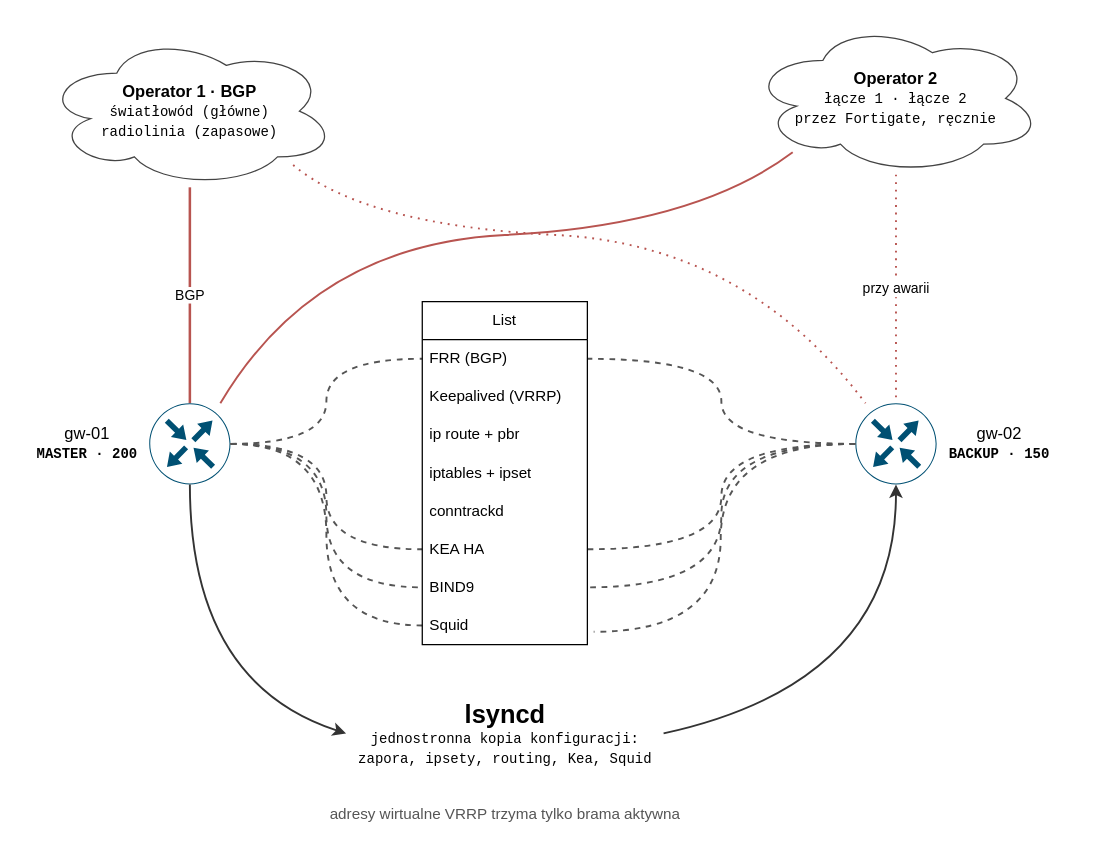
Earlier version of the draw.io diagram redundant-gateways.drawio (BO-RU-TA/mysnippets). Source tidied: cells renumbered, new cells numbered last; positions are measured from the earlier drawing's top-left corner, leaving out a move shared by most shapes. Both pictures are drawn from the tidied source at 127%, with x=0, y=0 at pixel (43, 22).
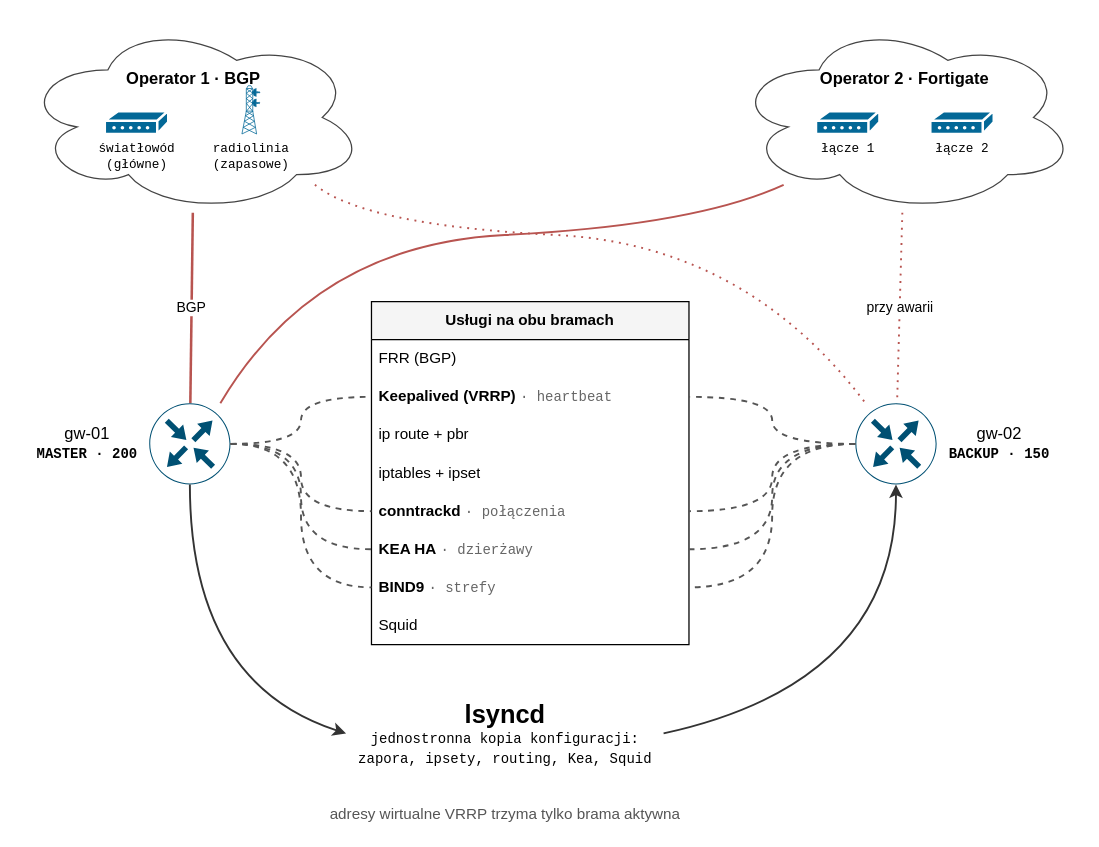
Above is the later version.

Commit message:
redundant-gateways.drawio: list title, sync links, link icons in operator clouds

The change refers to these unchanged cells:
```xml
<mxCell id="8" value="&lt;div align=&quot;center&quot;&gt;&lt;span style=&quot;font-weight: normal;&quot;&gt;gw-01&lt;/span&gt;&lt;br&gt;&lt;font face=&quot;Courier New&quot; style=&quot;font-size:11px&quot;&gt;MASTER · 200&lt;/font&gt;&lt;/div&gt;" style="sketch=0;html=1;shape=mxgraph.cisco19.router;fillColor=#005073;strokeColor=none;verticalLabelPosition=bottom;verticalAlign=top;align=center;fontSize=13;fontStyle=1;verticalLabelPosition=middle;labelPosition=left;align=right;verticalAlign=middle;spacingRight=8;" parent="1" vertex="1">
  <mxGeometry x="83" y="300" width="64" height="64" as="geometry" />
</mxCell>
<mxCell id="9" value="&lt;div align=&quot;center&quot;&gt;&lt;span style=&quot;font-weight: normal;&quot;&gt;gw-02&lt;/span&gt;&lt;br&gt;&lt;font face=&quot;Courier New&quot; style=&quot;font-size:11px&quot;&gt;BACKUP · 150&lt;/font&gt;&lt;/div&gt;" style="sketch=0;html=1;shape=mxgraph.cisco19.router;fillColor=#005073;strokeColor=none;verticalLabelPosition=bottom;verticalAlign=top;align=center;fontSize=13;fontStyle=1;verticalLabelPosition=middle;labelPosition=right;align=left;verticalAlign=middle;spacingLeft=8;" parent="1" vertex="1">
  <mxGeometry x="639" y="300" width="64" height="64" as="geometry" />
</mxCell>
```

Diff of the diagram source:
```diff
@@
-    <mxCell id="2" value="Operator 1 · BGP&lt;br&gt;&lt;font face=&quot;Courier New&quot; style=&quot;font-size:11px;font-weight:normal&quot;&gt;światłowód (główne)&lt;/font&gt;&lt;br&gt;&lt;font face=&quot;Courier New&quot; style=&quot;font-size:11px;font-weight:normal&quot;&gt;radiolinia (zapasowe)&lt;/font&gt;" style="ellipse;shape=cloud;whiteSpace=wrap;html=1;fillColor=#ffffff;strokeColor=#444444;fontStyle=1;fontSize=13;" parent="1" vertex="1">
-      <mxGeometry y="10" width="230" height="120" as="geometry" />
+    <mxCell id="2" value="Operator 1 · BGP" style="ellipse;shape=cloud;whiteSpace=wrap;html=1;fillColor=#ffffff;strokeColor=#444444;fontStyle=1;fontSize=13;verticalAlign=top;spacingTop=30;" parent="1" vertex="1">
+      <mxGeometry x="-17" width="270" height="150" as="geometry" />
     </mxCell>
-    <mxCell id="3" value="Operator 2&lt;br&gt;&lt;font face=&quot;Courier New&quot; style=&quot;font-size:11px;font-weight:normal&quot;&gt;łącze 1 · łącze 2&lt;/font&gt;&lt;br&gt;&lt;font face=&quot;Courier New&quot; style=&quot;font-size:11px;font-weight:normal&quot;&gt;przez Fortigate, ręcznie&lt;/font&gt;" style="ellipse;shape=cloud;whiteSpace=wrap;html=1;fillColor=#ffffff;strokeColor=#444444;fontStyle=1;fontSize=13;" parent="1" vertex="1">
-      <mxGeometry x="556" width="230" height="120" as="geometry" />
+    <mxCell id="3" value="Operator 2 · Fortigate" style="ellipse;shape=cloud;whiteSpace=wrap;html=1;fillColor=#ffffff;strokeColor=#444444;fontStyle=1;fontSize=13;verticalAlign=top;spacingTop=30;" parent="1" vertex="1">
+      <mxGeometry x="543" width="270" height="150" as="geometry" />
     </mxCell>
@@
-    <mxCell id="10" style="endArrow=none;html=1;dashed=1;strokeColor=#555555;strokeWidth=1.5;curved=1;exitX=1;exitY=0.5;exitDx=0;exitDy=0;entryX=0;entryY=0.5;entryDx=0;entryDy=0;edgeStyle=orthogonalEdgeStyle;curveGeometry=1;" parent="1" edge="1" source="8" target="23">
-      <mxGeometry relative="1" as="geometry" />
-    </mxCell>
-    <mxCell id="11" style="endArrow=none;html=1;dashed=1;strokeColor=#555555;strokeWidth=1.5;curved=1;exitX=0;exitY=0.5;exitDx=0;exitDy=0;entryX=1;entryY=0.5;entryDx=0;entryDy=0;edgeStyle=orthogonalEdgeStyle;curveGeometry=1;" parent="1" edge="1" source="9" target="23">
-      <mxGeometry relative="1" as="geometry" />
-    </mxCell>
-    <mxCell id="12" style="endArrow=none;html=1;dashed=1;strokeColor=#555555;strokeWidth=1.5;curved=1;exitX=1;exitY=0.5;exitDx=0;exitDy=0;entryX=0;entryY=0.5;entryDx=0;entryDy=0;edgeStyle=orthogonalEdgeStyle;curveGeometry=1;" parent="1" edge="1" source="8" target="28">
-      <mxGeometry relative="1" as="geometry" />
-    </mxCell>
-    <mxCell id="13" style="endArrow=none;html=1;dashed=1;strokeColor=#555555;strokeWidth=1.5;curved=1;exitX=0;exitY=0.5;exitDx=0;exitDy=0;entryX=1;entryY=0.5;entryDx=0;entryDy=0;edgeStyle=orthogonalEdgeStyle;curveGeometry=1;" parent="1" edge="1" source="9" target="29">
-      <mxGeometry relative="1" as="geometry" />
-    </mxCell>
-    <mxCell id="14" style="endArrow=none;html=1;dashed=1;strokeColor=#555555;strokeWidth=1.5;curved=1;exitX=1;exitY=0.5;exitDx=0;exitDy=0;entryX=0;entryY=0.5;entryDx=0;entryDy=0;edgeStyle=orthogonalEdgeStyle;curveGeometry=1;" parent="1" edge="1" source="8" target="29">
-      <mxGeometry relative="1" as="geometry" />
-    </mxCell>
-    <mxCell id="15" style="endArrow=none;html=1;dashed=1;strokeColor=#555555;strokeWidth=1.5;curved=1;exitX=0;exitY=0.5;exitDx=0;exitDy=0;entryX=1;entryY=0.5;entryDx=0;entryDy=0;edgeStyle=orthogonalEdgeStyle;curveGeometry=1;" parent="1" edge="1" source="9" target="28">
-      <mxGeometry relative="1" as="geometry" />
-    </mxCell>
-    <mxCell id="16" style="endArrow=none;html=1;dashed=1;strokeColor=#555555;strokeWidth=1.5;curved=1;exitX=1;exitY=0.5;exitDx=0;exitDy=0;entryX=0;entryY=0.5;entryDx=0;entryDy=0;edgeStyle=orthogonalEdgeStyle;curveGeometry=1;" parent="1" edge="1" source="8" target="30">
-      <mxGeometry relative="1" as="geometry" />
-    </mxCell>
-    <mxCell id="17" style="endArrow=none;html=1;dashed=1;strokeColor=#555555;strokeWidth=1.5;curved=1;exitX=0;exitY=0.5;exitDx=0;exitDy=0;edgeStyle=orthogonalEdgeStyle;curveGeometry=1;" parent="1" edge="1" source="9">
-      <mxGeometry relative="1" as="geometry">
-        <mxPoint x="433" y="480" as="targetPoint" />
-        <Array as="points">
-          <mxPoint x="533" y="332" />
-          <mxPoint x="533" y="480" />
-        </Array>
-      </mxGeometry>
-    </mxCell>
@@
-    <mxCell id="22" value="List" style="swimlane;fontStyle=0;horizontal=1;startSize=30;whiteSpace=wrap;html=1;" parent="1" vertex="1">
-      <mxGeometry x="298" y="220" width="130" height="270" as="geometry" />
+    <mxCell id="22" value="Usługi na obu bramach" style="swimlane;fontStyle=1;fillColor=#f5f5f5;horizontal=1;startSize=30;whiteSpace=wrap;html=1;" parent="1" vertex="1">
+      <mxGeometry x="258" y="220" width="250" height="270" as="geometry" />
     </mxCell>
     <mxCell id="23" value="FRR (BGP)" style="text;strokeColor=none;fillColor=none;align=left;verticalAlign=middle;spacingLeft=4;spacingRight=4;overflow=hidden;points=[[0,0.5],[1,0.5]];portConstraint=eastwest;whiteSpace=wrap;html=1;" parent="22" vertex="1">
-      <mxGeometry y="30" width="130" height="30" as="geometry" />
+      <mxGeometry y="30" width="250" height="30" as="geometry" />
     </mxCell>
-    <mxCell id="24" value="Keepalived (VRRP)" style="text;strokeColor=none;fillColor=none;align=left;verticalAlign=middle;spacingLeft=4;spacingRight=4;overflow=hidden;points=[[0,0.5],[1,0.5]];portConstraint=eastwest;whiteSpace=wrap;html=1;" parent="22" vertex="1">
-      <mxGeometry y="60" width="130" height="30" as="geometry" />
+    <mxCell id="24" value="&lt;b&gt;Keepalived (VRRP)&lt;/b&gt; &lt;span style=&quot;font-weight:normal;font-family:Courier New;font-size:11px;color:#666&quot;&gt;· heartbeat&lt;/span&gt;" style="text;strokeColor=none;fillColor=none;align=left;verticalAlign=middle;spacingLeft=4;spacingRight=4;overflow=hidden;points=[[0,0.5],[1,0.5]];portConstraint=eastwest;whiteSpace=wrap;html=1;" parent="22" vertex="1">
+      <mxGeometry y="60" width="250" height="30" as="geometry" />
     </mxCell>
     <mxCell id="25" value="ip route + pbr" style="text;strokeColor=none;fillColor=none;align=left;verticalAlign=middle;spacingLeft=4;spacingRight=4;overflow=hidden;whiteSpace=wrap;html=1;" parent="22" vertex="1">
-      <mxGeometry y="90" width="130" height="30" as="geometry" />
+      <mxGeometry y="90" width="250" height="30" as="geometry" />
     </mxCell>
     <mxCell id="26" value="iptables + ipset" style="text;strokeColor=none;fillColor=none;align=left;verticalAlign=middle;spacingLeft=4;spacingRight=4;overflow=hidden;whiteSpace=wrap;html=1;" parent="22" vertex="1">
-      <mxGeometry y="120" width="130" height="30" as="geometry" />
+      <mxGeometry y="120" width="250" height="30" as="geometry" />
     </mxCell>
-    <mxCell id="27" value="conntrackd" style="text;strokeColor=none;fillColor=none;align=left;verticalAlign=middle;spacingLeft=4;spacingRight=4;overflow=hidden;points=[[0,0.5],[1,0.5]];portConstraint=eastwest;whiteSpace=wrap;html=1;" parent="22" vertex="1">
-      <mxGeometry y="150" width="130" height="30" as="geometry" />
+    <mxCell id="27" value="&lt;b&gt;conntrackd&lt;/b&gt; &lt;span style=&quot;font-weight:normal;font-family:Courier New;font-size:11px;color:#666&quot;&gt;· połączenia&lt;/span&gt;" style="text;strokeColor=none;fillColor=none;align=left;verticalAlign=middle;spacingLeft=4;spacingRight=4;overflow=hidden;points=[[0,0.5],[1,0.5]];portConstraint=eastwest;whiteSpace=wrap;html=1;" parent="22" vertex="1">
+      <mxGeometry y="150" width="250" height="30" as="geometry" />
     </mxCell>
-    <mxCell id="28" value="KEA HA" style="text;strokeColor=none;fillColor=none;align=left;verticalAlign=middle;spacingLeft=4;spacingRight=4;overflow=hidden;points=[[0,0.5],[1,0.5]];portConstraint=eastwest;whiteSpace=wrap;html=1;" parent="22" vertex="1">
-      <mxGeometry y="180" width="130" height="30" as="geometry" />
+    <mxCell id="28" value="&lt;b&gt;KEA HA&lt;/b&gt; &lt;span style=&quot;font-weight:normal;font-family:Courier New;font-size:11px;color:#666&quot;&gt;· dzierżawy&lt;/span&gt;" style="text;strokeColor=none;fillColor=none;align=left;verticalAlign=middle;spacingLeft=4;spacingRight=4;overflow=hidden;points=[[0,0.5],[1,0.5]];portConstraint=eastwest;whiteSpace=wrap;html=1;" parent="22" vertex="1">
+      <mxGeometry y="180" width="250" height="30" as="geometry" />
     </mxCell>
-    <mxCell id="29" value="BIND9" style="text;strokeColor=none;fillColor=none;align=left;verticalAlign=middle;spacingLeft=4;spacingRight=4;overflow=hidden;points=[[0,0.5],[1,0.5]];portConstraint=eastwest;whiteSpace=wrap;html=1;" parent="22" vertex="1">
-      <mxGeometry y="210" width="130" height="30" as="geometry" />
+    <mxCell id="29" value="&lt;b&gt;BIND9&lt;/b&gt; &lt;span style=&quot;font-weight:normal;font-family:Courier New;font-size:11px;color:#666&quot;&gt;· strefy&lt;/span&gt;" style="text;strokeColor=none;fillColor=none;align=left;verticalAlign=middle;spacingLeft=4;spacingRight=4;overflow=hidden;points=[[0,0.5],[1,0.5]];portConstraint=eastwest;whiteSpace=wrap;html=1;" parent="22" vertex="1">
+      <mxGeometry y="210" width="250" height="30" as="geometry" />
     </mxCell>
     <mxCell id="30" value="Squid" style="text;strokeColor=none;fillColor=none;align=left;verticalAlign=middle;spacingLeft=4;spacingRight=4;overflow=hidden;points=[[0,0.5],[1,0.5]];portConstraint=eastwest;whiteSpace=wrap;html=1;" parent="22" vertex="1">
-      <mxGeometry y="240" width="130" height="30" as="geometry" />
+      <mxGeometry y="240" width="250" height="30" as="geometry" />
     </mxCell>
+    <mxCell id="31" value="światłowód&lt;br&gt;(główne)" style="sketch=0;html=1;dashed=0;fillColor=#036897;strokeColor=#ffffff;strokeWidth=2;verticalLabelPosition=bottom;verticalAlign=top;align=center;shape=mxgraph.cisco.modems_and_phones.modem;fontSize=10;fontFamily=Courier New;" parent="1" vertex="1">
+      <mxGeometry x="48" y="70" width="50" height="18" as="geometry" />
+    </mxCell>
+    <mxCell id="32" value="radiolinia&lt;br&gt;(zapasowe)" style="sketch=0;html=1;dashed=0;fillColor=#036897;strokeWidth=2;verticalLabelPosition=bottom;verticalAlign=top;align=center;shape=mxgraph.cisco.wireless.radio_tower;strokeColor=#036897;fontSize=10;fontFamily=Courier New;" parent="1" vertex="1">
+      <mxGeometry x="156" y="50" width="14" height="38" as="geometry" />
+    </mxCell>
+    <mxCell id="33" value="łącze 1" style="sketch=0;html=1;dashed=0;fillColor=#036897;strokeColor=#ffffff;strokeWidth=2;verticalLabelPosition=bottom;verticalAlign=top;align=center;shape=mxgraph.cisco.modems_and_phones.modem;fontSize=10;fontFamily=Courier New;" parent="1" vertex="1">
+      <mxGeometry x="608" y="70" width="50" height="18" as="geometry" />
+    </mxCell>
+    <mxCell id="34" value="łącze 2" style="sketch=0;html=1;dashed=0;fillColor=#036897;strokeColor=#ffffff;strokeWidth=2;verticalLabelPosition=bottom;verticalAlign=top;align=center;shape=mxgraph.cisco.modems_and_phones.modem;fontSize=10;fontFamily=Courier New;" parent="1" vertex="1">
+      <mxGeometry x="698" y="70" width="50" height="18" as="geometry" />
+    </mxCell>
+    <mxCell id="35" style="endArrow=none;html=1;dashed=1;strokeColor=#555555;strokeWidth=1.5;curved=1;edgeStyle=orthogonalEdgeStyle;curveGeometry=1;exitX=1;exitY=0.5;exitDx=0;exitDy=0;entryX=0;entryY=0.5;entryDx=0;entryDy=0;" parent="1" edge="1" source="8" target="24">
+      <mxGeometry relative="1" as="geometry" />
+    </mxCell>
+    <mxCell id="36" style="endArrow=none;html=1;dashed=1;strokeColor=#555555;strokeWidth=1.5;curved=1;edgeStyle=orthogonalEdgeStyle;curveGeometry=1;exitX=0;exitY=0.5;exitDx=0;exitDy=0;entryX=1;entryY=0.5;entryDx=0;entryDy=0;" parent="1" edge="1" source="9" target="24">
+      <mxGeometry relative="1" as="geometry" />
+    </mxCell>
+    <mxCell id="37" style="endArrow=none;html=1;dashed=1;strokeColor=#555555;strokeWidth=1.5;curved=1;edgeStyle=orthogonalEdgeStyle;curveGeometry=1;exitX=1;exitY=0.5;exitDx=0;exitDy=0;entryX=0;entryY=0.5;entryDx=0;entryDy=0;" parent="1" edge="1" source="8" target="27">
+      <mxGeometry relative="1" as="geometry" />
+    </mxCell>
+    <mxCell id="38" style="endArrow=none;html=1;dashed=1;strokeColor=#555555;strokeWidth=1.5;curved=1;edgeStyle=orthogonalEdgeStyle;curveGeometry=1;exitX=0;exitY=0.5;exitDx=0;exitDy=0;entryX=1;entryY=0.5;entryDx=0;entryDy=0;" parent="1" edge="1" source="9" target="27">
+      <mxGeometry relative="1" as="geometry" />
+    </mxCell>
+    <mxCell id="12" style="endArrow=none;html=1;dashed=1;strokeColor=#555555;strokeWidth=1.5;curved=1;edgeStyle=orthogonalEdgeStyle;curveGeometry=1;exitX=1;exitY=0.5;exitDx=0;exitDy=0;entryX=0;entryY=0.5;entryDx=0;entryDy=0;" parent="1" edge="1" source="8" target="28">
+      <mxGeometry relative="1" as="geometry" />
+    </mxCell>
+    <mxCell id="15" style="endArrow=none;html=1;dashed=1;strokeColor=#555555;strokeWidth=1.5;curved=1;edgeStyle=orthogonalEdgeStyle;curveGeometry=1;exitX=0;exitY=0.5;exitDx=0;exitDy=0;entryX=1;entryY=0.5;entryDx=0;entryDy=0;" parent="1" edge="1" source="9" target="28">
+      <mxGeometry relative="1" as="geometry" />
+    </mxCell>
+    <mxCell id="14" style="endArrow=none;html=1;dashed=1;strokeColor=#555555;strokeWidth=1.5;curved=1;edgeStyle=orthogonalEdgeStyle;curveGeometry=1;exitX=1;exitY=0.5;exitDx=0;exitDy=0;entryX=0;entryY=0.5;entryDx=0;entryDy=0;" parent="1" edge="1" source="8" target="29">
+      <mxGeometry relative="1" as="geometry" />
+    </mxCell>
+    <mxCell id="13" style="endArrow=none;html=1;dashed=1;strokeColor=#555555;strokeWidth=1.5;curved=1;edgeStyle=orthogonalEdgeStyle;curveGeometry=1;exitX=0;exitY=0.5;exitDx=0;exitDy=0;entryX=1;entryY=0.5;entryDx=0;entryDy=0;" parent="1" edge="1" source="9" target="29">
+      <mxGeometry relative="1" as="geometry" />
+    </mxCell>
```
